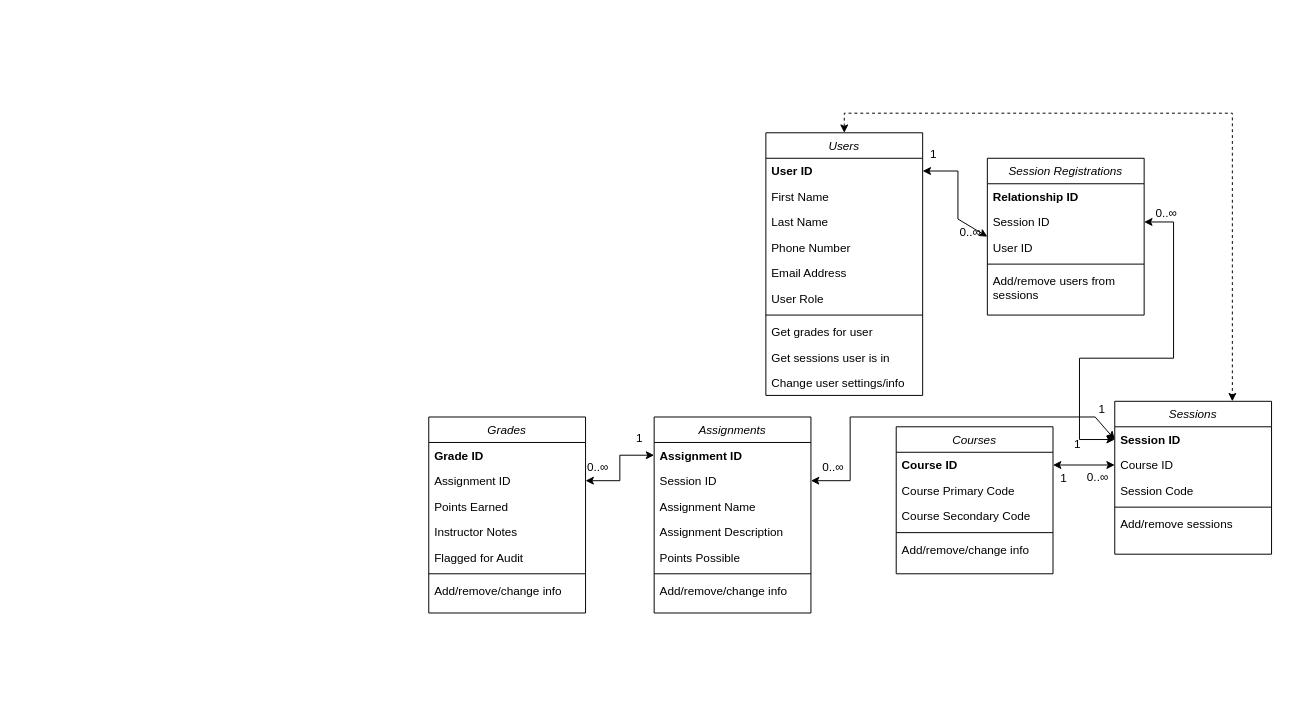
BenJewell/CMPS480_SP22 keeps this draw.io diagram as Documentation/General Information/Database.drawio. Above is the earlier version. Source tidied: cells renumbered, new cells numbered last; positions are measured from the earlier drawing's top-left corner, leaving out a move shared by most shapes. Both pictures are drawn from the tidied source at 98%, with x=0, y=0 at pixel (428, 113).
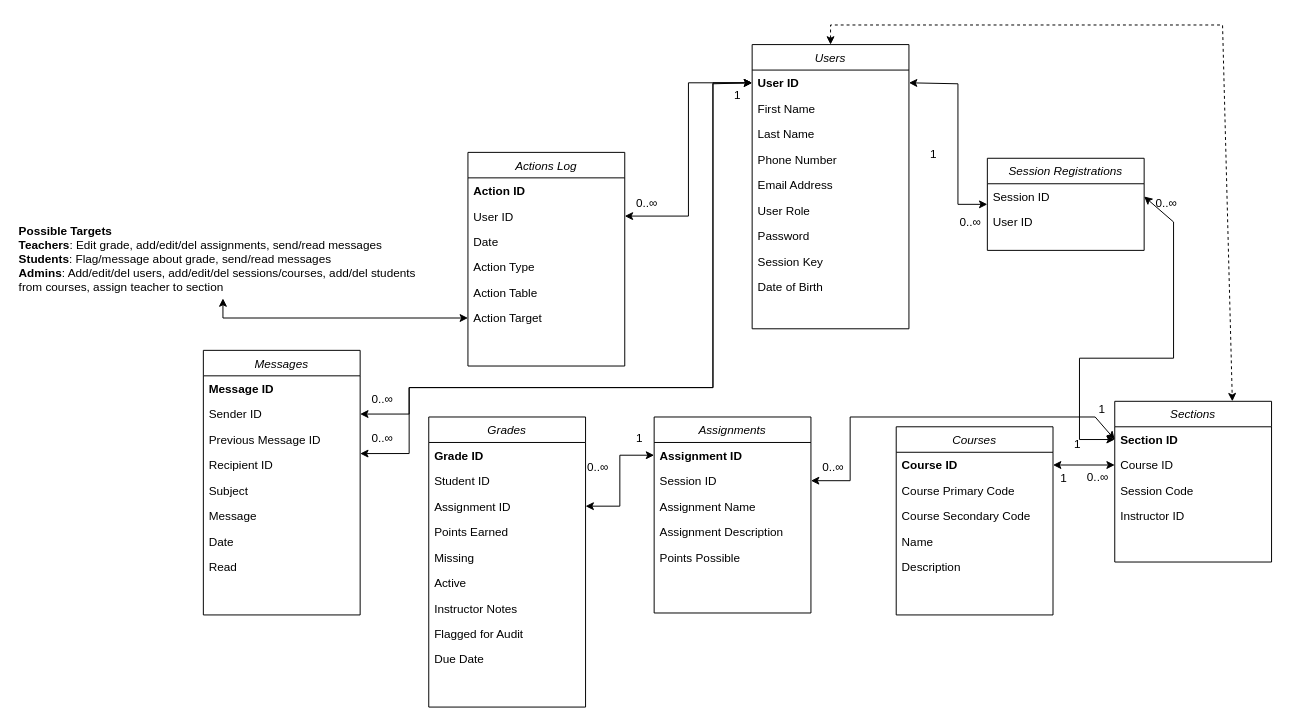
The same diagram, later.

Commit message:
Update Database Drawing

Unchanged cells that the change refers to:
```xml
<mxCell id="3" value="User ID" style="text;align=left;verticalAlign=top;spacingLeft=4;spacingRight=4;overflow=hidden;points=[[0,0.5],[1,0.5]];portConstraint=eastwest;fontStyle=1;" parent="2" vertex="1">
  <mxGeometry y="26" width="160" height="26" as="geometry" />
</mxCell>
<mxCell id="13" value="Assignments" style="swimlane;fontStyle=2;align=center;verticalAlign=top;horizontal=1;startSize=26;rounded=0;shadow=0;strokeWidth=1;" parent="1" vertex="1">
  <mxGeometry x="230" y="310" width="160" height="200" as="geometry" />
</mxCell>
```

Change to the diagram source:
```diff
@@
     <mxCell id="2" value="Users" style="swimlane;fontStyle=2;align=center;verticalAlign=top;horizontal=1;startSize=26;rounded=0;shadow=0;strokeWidth=1;" parent="1" vertex="1">
-      <mxGeometry x="344" y="20" width="160" height="268" as="geometry" />
+      <mxGeometry x="330" y="-70" width="160" height="290" as="geometry" />
     </mxCell>
@@
-    <mxCell id="9" style="line;html=1;strokeWidth=1;align=left;verticalAlign=middle;spacingTop=-1;spacingLeft=3;spacingRight=3;labelPosition=right;" parent="2" vertex="1">
-      <mxGeometry y="182" width="160" height="8" as="geometry" />
-    </mxCell>
-    <mxCell id="10" value="Get grades for user" style="text;align=left;verticalAlign=top;spacingLeft=4;spacingRight=4;overflow=hidden;" parent="2" vertex="1">
-      <mxGeometry y="190" width="160" height="26" as="geometry" />
-    </mxCell>
-    <mxCell id="11" value="Get sessions user is in" style="text;align=left;verticalAlign=top;spacingLeft=4;spacingRight=4;overflow=hidden;" parent="2" vertex="1">
-      <mxGeometry y="216" width="160" height="26" as="geometry" />
-    </mxCell>
-    <mxCell id="12" value="Change user settings/info" style="text;align=left;verticalAlign=top;spacingLeft=4;spacingRight=4;overflow=hidden;" parent="2" vertex="1">
-      <mxGeometry y="242" width="160" height="26" as="geometry" />
-    </mxCell>
+    <mxCell id="64" value="Password" style="text;align=left;verticalAlign=top;spacingLeft=4;spacingRight=4;overflow=hidden;rounded=0;shadow=0;html=0;" parent="2" vertex="1">
+      <mxGeometry y="182" width="160" height="26" as="geometry" />
+    </mxCell>
+    <mxCell id="65" value="Session Key" style="text;align=left;verticalAlign=top;spacingLeft=4;spacingRight=4;overflow=hidden;rounded=0;shadow=0;html=0;" parent="2" vertex="1">
+      <mxGeometry y="208" width="160" height="26" as="geometry" />
+    </mxCell>
+    <mxCell id="66" value="Date of Birth" style="text;align=left;verticalAlign=top;spacingLeft=4;spacingRight=4;overflow=hidden;rounded=0;shadow=0;html=0;" parent="2" vertex="1">
+      <mxGeometry y="234" width="160" height="26" as="geometry" />
+    </mxCell>
@@
-    <mxCell id="19" style="line;html=1;strokeWidth=1;align=left;verticalAlign=middle;spacingTop=-1;spacingLeft=3;spacingRight=3;labelPosition=right;" parent="13" vertex="1">
-      <mxGeometry y="156" width="160" height="8" as="geometry" />
-    </mxCell>
-    <mxCell id="20" value="Add/remove/change info" style="text;align=left;verticalAlign=top;spacingLeft=4;spacingRight=4;overflow=hidden;" parent="13" vertex="1">
-      <mxGeometry y="164" width="160" height="28" as="geometry" />
-    </mxCell>
     <mxCell id="21" value="Grades" style="swimlane;fontStyle=2;align=center;verticalAlign=top;horizontal=1;startSize=26;rounded=0;shadow=0;strokeWidth=1;" parent="1" vertex="1">
-      <mxGeometry y="310" width="160" height="200" as="geometry" />
+      <mxGeometry y="310" width="160" height="296" as="geometry" />
     </mxCell>
@@
+    <mxCell id="67" value="Student ID" style="text;align=left;verticalAlign=top;spacingLeft=4;spacingRight=4;overflow=hidden;rounded=0;shadow=0;html=0;fontStyle=0;" parent="21" vertex="1">
+      <mxGeometry y="52" width="160" height="26" as="geometry" />
+    </mxCell>
     <mxCell id="23" value="Assignment ID" style="text;align=left;verticalAlign=top;spacingLeft=4;spacingRight=4;overflow=hidden;points=[[0,0.5],[1,0.5]];portConstraint=eastwest;rounded=0;shadow=0;html=0;fontStyle=0;" parent="21" vertex="1">
-      <mxGeometry y="52" width="160" height="26" as="geometry" />
+      <mxGeometry y="78" width="160" height="26" as="geometry" />
     </mxCell>
     <mxCell id="24" value="Points Earned" style="text;align=left;verticalAlign=top;spacingLeft=4;spacingRight=4;overflow=hidden;" parent="21" vertex="1">
-      <mxGeometry y="78" width="160" height="26" as="geometry" />
+      <mxGeometry y="104" width="160" height="26" as="geometry" />
     </mxCell>
+    <mxCell id="68" value="Missing" style="text;align=left;verticalAlign=top;spacingLeft=4;spacingRight=4;overflow=hidden;" parent="21" vertex="1">
+      <mxGeometry y="130" width="160" height="26" as="geometry" />
+    </mxCell>
+    <mxCell id="69" value="Active" style="text;align=left;verticalAlign=top;spacingLeft=4;spacingRight=4;overflow=hidden;" parent="21" vertex="1">
+      <mxGeometry y="156" width="160" height="26" as="geometry" />
+    </mxCell>
     <mxCell id="25" value="Instructor Notes" style="text;align=left;verticalAlign=top;spacingLeft=4;spacingRight=4;overflow=hidden;" parent="21" vertex="1">
-      <mxGeometry y="104" width="160" height="26" as="geometry" />
+      <mxGeometry y="182" width="160" height="26" as="geometry" />
     </mxCell>
     <mxCell id="26" value="Flagged for Audit" style="text;align=left;verticalAlign=top;spacingLeft=4;spacingRight=4;overflow=hidden;" parent="21" vertex="1">
-      <mxGeometry y="130" width="160" height="26" as="geometry" />
+      <mxGeometry y="208" width="160" height="26" as="geometry" />
     </mxCell>
-    <mxCell id="27" style="line;html=1;strokeWidth=1;align=left;verticalAlign=middle;spacingTop=-1;spacingLeft=3;spacingRight=3;labelPosition=right;" parent="21" vertex="1">
-      <mxGeometry y="156" width="160" height="8" as="geometry" />
-    </mxCell>
-    <mxCell id="28" value="Add/remove/change info" style="text;align=left;verticalAlign=top;spacingLeft=4;spacingRight=4;overflow=hidden;" parent="21" vertex="1">
-      <mxGeometry y="164" width="160" height="28" as="geometry" />
-    </mxCell>
+    <mxCell id="70" value="Due Date" style="text;align=left;verticalAlign=top;spacingLeft=4;spacingRight=4;overflow=hidden;" parent="21" vertex="1">
+      <mxGeometry y="234" width="160" height="26" as="geometry" />
+    </mxCell>
-    <mxCell id="29" value="Sessions" style="swimlane;fontStyle=2;align=center;verticalAlign=top;horizontal=1;startSize=26;rounded=0;shadow=0;strokeWidth=1;" parent="1" vertex="1">
-      <mxGeometry x="700" y="294" width="160" height="156" as="geometry" />
+    <mxCell id="29" value="Sections" style="swimlane;fontStyle=2;align=center;verticalAlign=top;horizontal=1;startSize=26;rounded=0;shadow=0;strokeWidth=1;" parent="1" vertex="1">
+      <mxGeometry x="700" y="294" width="160" height="164" as="geometry" />
     </mxCell>
-    <mxCell id="30" value="Session ID" style="text;align=left;verticalAlign=top;spacingLeft=4;spacingRight=4;overflow=hidden;points=[[0,0.5],[1,0.5]];portConstraint=eastwest;rounded=0;shadow=0;html=0;fontStyle=1;" parent="29" vertex="1">
+    <mxCell id="30" value="Section ID" style="text;align=left;verticalAlign=top;spacingLeft=4;spacingRight=4;overflow=hidden;points=[[0,0.5],[1,0.5]];portConstraint=eastwest;rounded=0;shadow=0;html=0;fontStyle=1;" parent="29" vertex="1">
       <mxGeometry y="26" width="160" height="26" as="geometry" />
     </mxCell>
@@
-    <mxCell id="33" style="line;html=1;strokeWidth=1;align=left;verticalAlign=middle;spacingTop=-1;spacingLeft=3;spacingRight=3;labelPosition=right;" parent="29" vertex="1">
-      <mxGeometry y="104" width="160" height="8" as="geometry" />
-    </mxCell>
-    <mxCell id="34" value="Add/remove sessions" style="text;align=left;verticalAlign=top;spacingLeft=4;spacingRight=4;overflow=hidden;" parent="29" vertex="1">
-      <mxGeometry y="112" width="160" height="26" as="geometry" />
-    </mxCell>
+    <mxCell id="71" value="Instructor ID" style="text;align=left;verticalAlign=top;spacingLeft=4;spacingRight=4;overflow=hidden;rounded=0;shadow=0;html=0;" parent="29" vertex="1">
+      <mxGeometry y="104" width="160" height="26" as="geometry" />
+    </mxCell>
     <mxCell id="35" value="Session Registrations" style="swimlane;fontStyle=2;align=center;verticalAlign=top;horizontal=1;startSize=26;rounded=0;shadow=0;strokeWidth=1;" parent="1" vertex="1">
-      <mxGeometry x="570" y="46" width="160" height="160" as="geometry" />
+      <mxGeometry x="570" y="46" width="160" height="94" as="geometry" />
     </mxCell>
-    <mxCell id="36" value="Relationship ID" style="text;align=left;verticalAlign=top;spacingLeft=4;spacingRight=4;overflow=hidden;rounded=0;shadow=0;html=0;fontStyle=1;" parent="35" vertex="1">
-      <mxGeometry y="26" width="160" height="26" as="geometry" />
-    </mxCell>
     <mxCell id="37" value="Session ID" style="text;align=left;verticalAlign=top;spacingLeft=4;spacingRight=4;overflow=hidden;points=[[0,0.5],[1,0.5]];portConstraint=eastwest;rounded=0;shadow=0;html=0;" parent="35" vertex="1">
-      <mxGeometry y="52" width="160" height="26" as="geometry" />
+      <mxGeometry y="26" width="160" height="26" as="geometry" />
     </mxCell>
     <mxCell id="38" value="User ID" style="text;align=left;verticalAlign=top;spacingLeft=4;spacingRight=4;overflow=hidden;rounded=0;shadow=0;html=0;" parent="35" vertex="1">
-      <mxGeometry y="78" width="160" height="26" as="geometry" />
+      <mxGeometry y="52" width="160" height="26" as="geometry" />
     </mxCell>
-    <mxCell id="39" style="line;html=1;strokeWidth=1;align=left;verticalAlign=middle;spacingTop=-1;spacingLeft=3;spacingRight=3;labelPosition=right;" parent="35" vertex="1">
-      <mxGeometry y="104" width="160" height="8" as="geometry" />
-    </mxCell>
-    <mxCell id="40" value="Add/remove users from&#10;sessions" style="text;align=left;verticalAlign=top;spacingLeft=4;spacingRight=4;overflow=hidden;" parent="35" vertex="1">
-      <mxGeometry y="112" width="160" height="48" as="geometry" />
-    </mxCell>
     <mxCell id="41" value="Courses" style="swimlane;fontStyle=2;align=center;verticalAlign=top;horizontal=1;startSize=26;rounded=0;shadow=0;strokeWidth=1;" parent="1" vertex="1">
-      <mxGeometry x="477" y="320" width="160" height="150" as="geometry" />
+      <mxGeometry x="477" y="320" width="160" height="192" as="geometry" />
     </mxCell>
@@
-    <mxCell id="45" style="line;html=1;strokeWidth=1;align=left;verticalAlign=middle;spacingTop=-1;spacingLeft=3;spacingRight=3;labelPosition=right;" parent="41" vertex="1">
-      <mxGeometry y="104" width="160" height="8" as="geometry" />
-    </mxCell>
+    <mxCell id="72" value="Name" style="text;align=left;verticalAlign=top;spacingLeft=4;spacingRight=4;overflow=hidden;rounded=0;shadow=0;html=0;" parent="41" vertex="1">
+      <mxGeometry y="104" width="160" height="26" as="geometry" />
+    </mxCell>
+    <mxCell id="73" value="Description" style="text;align=left;verticalAlign=top;spacingLeft=4;spacingRight=4;overflow=hidden;rounded=0;shadow=0;html=0;" parent="41" vertex="1">
+      <mxGeometry y="130" width="160" height="26" as="geometry" />
+    </mxCell>
@@
-    <mxCell id="47" value="Add/remove/change info" style="text;align=left;verticalAlign=top;spacingLeft=4;spacingRight=4;overflow=hidden;" parent="41" vertex="1">
-      <mxGeometry y="112" width="160" height="28" as="geometry" />
-    </mxCell>
@@
     <mxCell id="51" style="edgeStyle=none;rounded=0;jettySize=auto;html=1;exitX=1;exitY=0.5;exitDx=0;exitDy=0;entryX=0;entryY=0.5;entryDx=0;entryDy=0;startArrow=classic;startFill=1;" parent="1" edge="1" source="3" target="35">
       <mxGeometry relative="1" as="geometry">
         <Array as="points">
-          <mxPoint x="540" y="59" />
-          <mxPoint x="540" y="108" />
+          <mxPoint x="540" y="-30" />
+          <mxPoint x="540" y="93" />
         </Array>
       </mxGeometry>
     </mxCell>
@@
     <mxCell id="55" style="edgeStyle=none;rounded=0;jettySize=auto;html=1;exitX=0.5;exitY=0;exitDx=0;exitDy=0;entryX=0.75;entryY=0;entryDx=0;entryDy=0;startArrow=classic;startFill=1;dashed=1;" parent="1" edge="1" source="2" target="29">
       <mxGeometry relative="1" as="geometry">
         <Array as="points">
-          <mxPoint x="424" />
-          <mxPoint x="820" />
+          <mxPoint x="410" y="-90" />
+          <mxPoint x="810" y="-90" />
         </Array>
       </mxGeometry>
     </mxCell>
@@
     <mxCell id="57" value="0..∞" style="align=left;verticalAlign=bottom;labelBackgroundColor=none;fontSize=12;" parent="1" vertex="1">
-      <mxGeometry x="540" y="130" as="geometry" />
+      <mxGeometry x="540" y="120" as="geometry" />
     </mxCell>
     <mxCell id="58" value="0..∞" style="align=left;verticalAlign=bottom;labelBackgroundColor=none;fontSize=12;" parent="1" vertex="1">
-      <mxGeometry x="740" y="110" as="geometry" />
+      <mxGeometry x="740" y="100" as="geometry" />
     </mxCell>
@@
+    <mxCell id="74" value="Actions Log" style="swimlane;fontStyle=2;align=center;verticalAlign=top;horizontal=1;startSize=26;rounded=0;shadow=0;strokeWidth=1;" parent="1" vertex="1">
+      <mxGeometry x="40" y="40" width="160" height="218" as="geometry" />
+    </mxCell>
+    <mxCell id="75" value="Action ID" style="text;align=left;verticalAlign=top;spacingLeft=4;spacingRight=4;overflow=hidden;rounded=0;shadow=0;html=0;fontStyle=1;" parent="74" vertex="1">
+      <mxGeometry y="26" width="160" height="26" as="geometry" />
+    </mxCell>
+    <mxCell id="76" value="User ID" style="text;align=left;verticalAlign=top;spacingLeft=4;spacingRight=4;overflow=hidden;points=[[0,0.5],[1,0.5]];portConstraint=eastwest;rounded=0;shadow=0;html=0;fontStyle=0;" parent="74" vertex="1">
+      <mxGeometry y="52" width="160" height="26" as="geometry" />
+    </mxCell>
+    <mxCell id="77" value="Date" style="text;align=left;verticalAlign=top;spacingLeft=4;spacingRight=4;overflow=hidden;rounded=0;shadow=0;html=0;" parent="74" vertex="1">
+      <mxGeometry y="78" width="160" height="26" as="geometry" />
+    </mxCell>
+    <mxCell id="78" value="Action Type" style="text;align=left;verticalAlign=top;spacingLeft=4;spacingRight=4;overflow=hidden;rounded=0;shadow=0;html=0;" parent="74" vertex="1">
+      <mxGeometry y="104" width="160" height="26" as="geometry" />
+    </mxCell>
+    <mxCell id="79" value="Action Table" style="text;align=left;verticalAlign=top;spacingLeft=4;spacingRight=4;overflow=hidden;rounded=0;shadow=0;html=0;" parent="74" vertex="1">
+      <mxGeometry y="130" width="160" height="26" as="geometry" />
+    </mxCell>
+    <mxCell id="80" value="Action Target" style="text;align=left;verticalAlign=top;spacingLeft=4;spacingRight=4;overflow=hidden;points=[[0,0.5],[1,0.5]];portConstraint=eastwest;rounded=0;shadow=0;html=0;" parent="74" vertex="1">
+      <mxGeometry y="156" width="160" height="26" as="geometry" />
+    </mxCell>
+    <mxCell id="81" style="edgeStyle=orthogonalEdgeStyle;rounded=0;jettySize=auto;html=1;exitX=1;exitY=0.5;exitDx=0;exitDy=0;entryX=0;entryY=0.5;entryDx=0;entryDy=0;startArrow=classic;startFill=1;" parent="1" edge="1" source="76" target="3">
+      <mxGeometry relative="1" as="geometry" />
+    </mxCell>
+    <mxCell id="82" value="0..∞" style="align=left;verticalAlign=bottom;labelBackgroundColor=none;fontSize=12;" parent="1" vertex="1">
+      <mxGeometry x="210" y="100" as="geometry" />
+    </mxCell>
+    <mxCell id="83" value="1" style="align=left;verticalAlign=bottom;labelBackgroundColor=none;fontSize=12;" parent="1" vertex="1">
+      <mxGeometry x="310" y="-10" as="geometry" />
+    </mxCell>
+    <mxCell id="84" value="&lt;b&gt;Possible Targets&lt;br&gt;Teachers&lt;/b&gt;: Edit grade, add/edit/del assignments, send/read messages&lt;br&gt;&lt;b&gt;Students&lt;/b&gt;: Flag/message about grade, send/read messages&lt;br&gt;&lt;b&gt;Admins&lt;/b&gt;: Add/edit/del users, add/edit/del sessions/courses, add/del students&lt;br&gt;from courses, assign teacher to section" style="text;html=1;align=left;verticalAlign=middle;points=[];strokeColor=none;fillColor=none;" parent="1" vertex="1">
+      <mxGeometry x="-420" y="109" width="420" height="80" as="geometry" />
+    </mxCell>
+    <mxCell id="85" style="edgeStyle=orthogonalEdgeStyle;rounded=0;jettySize=auto;html=1;exitX=0;exitY=0.5;exitDx=0;exitDy=0;startArrow=classic;startFill=1;" parent="1" edge="1" source="80" target="84">
+      <mxGeometry relative="1" as="geometry" />
+    </mxCell>
+    <mxCell id="86" value="Messages" style="swimlane;fontStyle=2;align=center;verticalAlign=top;horizontal=1;startSize=26;rounded=0;shadow=0;strokeWidth=1;" parent="1" vertex="1">
+      <mxGeometry x="-230" y="242" width="160" height="270" as="geometry" />
+    </mxCell>
+    <mxCell id="87" value="Message ID" style="text;align=left;verticalAlign=top;spacingLeft=4;spacingRight=4;overflow=hidden;rounded=0;shadow=0;html=0;fontStyle=1;" parent="86" vertex="1">
+      <mxGeometry y="26" width="160" height="26" as="geometry" />
+    </mxCell>
+    <mxCell id="88" value="Sender ID" style="text;align=left;verticalAlign=top;spacingLeft=4;spacingRight=4;overflow=hidden;points=[[0,0.5],[1,0.5]];portConstraint=eastwest;rounded=0;shadow=0;html=0;fontStyle=0;" parent="86" vertex="1">
+      <mxGeometry y="52" width="160" height="26" as="geometry" />
+    </mxCell>
+    <mxCell id="89" value="Previous Message ID" style="text;align=left;verticalAlign=top;spacingLeft=4;spacingRight=4;overflow=hidden;rounded=0;shadow=0;html=0;fontStyle=0;" parent="86" vertex="1">
+      <mxGeometry y="78" width="160" height="26" as="geometry" />
+    </mxCell>
+    <mxCell id="90" value="Recipient ID" style="text;align=left;verticalAlign=top;spacingLeft=4;spacingRight=4;overflow=hidden;points=[[0,0.5],[1,0.5]];portConstraint=eastwest;rounded=0;shadow=0;html=0;" parent="86" vertex="1">
+      <mxGeometry y="104" width="160" height="26" as="geometry" />
+    </mxCell>
+    <mxCell id="91" value="Subject" style="text;align=left;verticalAlign=top;spacingLeft=4;spacingRight=4;overflow=hidden;rounded=0;shadow=0;html=0;" parent="86" vertex="1">
+      <mxGeometry y="130" width="160" height="26" as="geometry" />
+    </mxCell>
+    <mxCell id="92" value="Message" style="text;align=left;verticalAlign=top;spacingLeft=4;spacingRight=4;overflow=hidden;rounded=0;shadow=0;html=0;" parent="86" vertex="1">
+      <mxGeometry y="156" width="160" height="26" as="geometry" />
+    </mxCell>
+    <mxCell id="93" value="Date" style="text;align=left;verticalAlign=top;spacingLeft=4;spacingRight=4;overflow=hidden;rounded=0;shadow=0;html=0;" parent="86" vertex="1">
+      <mxGeometry y="182" width="160" height="26" as="geometry" />
+    </mxCell>
+    <mxCell id="94" value="Read" style="text;align=left;verticalAlign=top;spacingLeft=4;spacingRight=4;overflow=hidden;rounded=0;shadow=0;html=0;" parent="86" vertex="1">
+      <mxGeometry y="208" width="160" height="26" as="geometry" />
+    </mxCell>
+    <mxCell id="95" style="edgeStyle=orthogonalEdgeStyle;rounded=0;jettySize=auto;html=1;exitX=0;exitY=0.5;exitDx=0;exitDy=0;startArrow=classic;startFill=1;entryX=1;entryY=0.5;entryDx=0;entryDy=0;" parent="1" edge="1" source="3" target="88">
+      <mxGeometry relative="1" as="geometry">
+        <Array as="points">
+          <mxPoint x="290" y="-31" />
+          <mxPoint x="290" y="280" />
+          <mxPoint x="-20" y="280" />
+          <mxPoint x="-20" y="307" />
+        </Array>
+      </mxGeometry>
+    </mxCell>
+    <mxCell id="96" value="0..∞" style="align=left;verticalAlign=bottom;labelBackgroundColor=none;fontSize=12;" parent="1" vertex="1">
+      <mxGeometry x="-60" y="300" as="geometry" />
+    </mxCell>
+    <mxCell id="97" style="edgeStyle=orthogonalEdgeStyle;rounded=0;jettySize=auto;html=1;exitX=0;exitY=0.5;exitDx=0;exitDy=0;startArrow=classic;startFill=1;entryX=1;entryY=0.051;entryDx=0;entryDy=0;entryPerimeter=0;" parent="1" edge="1" source="3" target="90">
+      <mxGeometry relative="1" as="geometry">
+        <Array as="points">
+          <mxPoint x="330" y="-30" />
+          <mxPoint x="290" y="-30" />
+          <mxPoint x="290" y="280" />
+          <mxPoint x="-20" y="280" />
+          <mxPoint x="-20" y="347" />
+        </Array>
+      </mxGeometry>
+    </mxCell>
+    <mxCell id="98" value="0..∞" style="align=left;verticalAlign=bottom;labelBackgroundColor=none;fontSize=12;" parent="1" vertex="1">
+      <mxGeometry x="-60" y="340" as="geometry" />
+    </mxCell>
```
